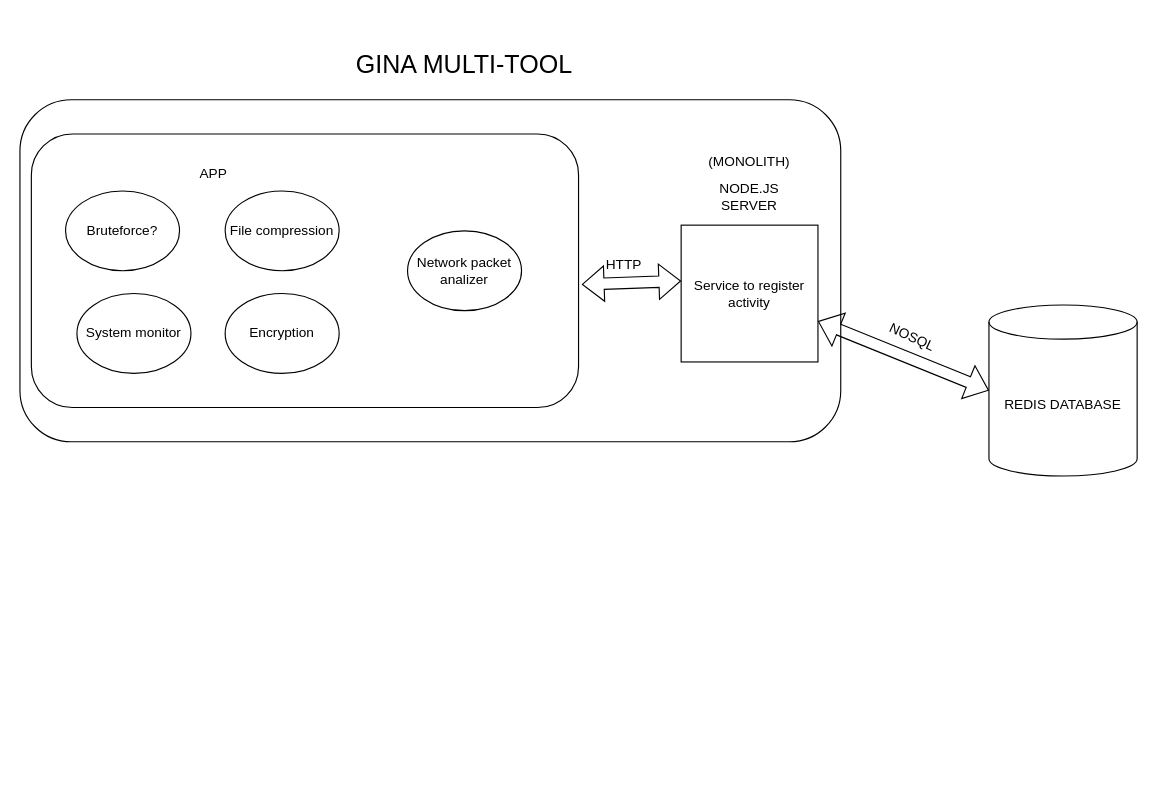
Before: Untitled Diagram.drawio in vAndrewKarma/GINA-multi-tool, a draw.io diagram. Source tidied: cells renumbered, new cells numbered last; positions are measured from the earlier drawing's top-left corner, leaving out a move shared by most shapes. Both pictures are drawn from the tidied source at 114%, with x=0, y=0 at pixel (19, 19).
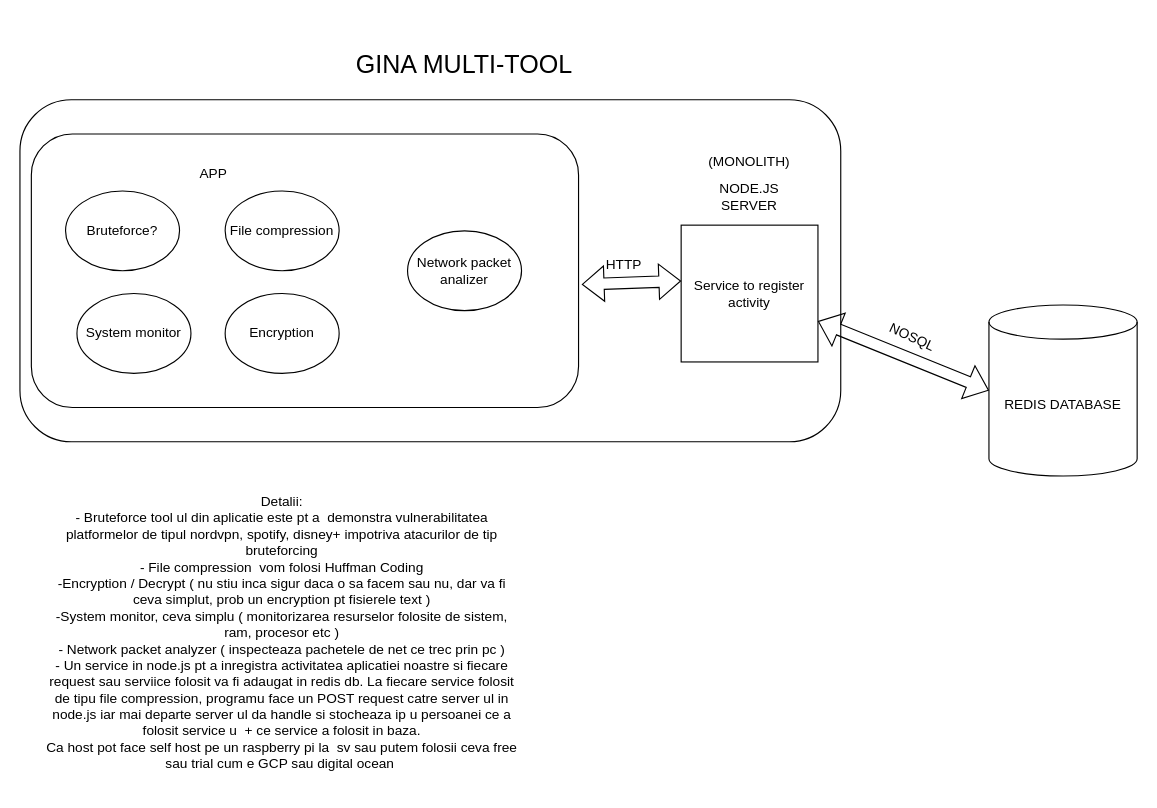
The same page after the edit.

What changed in the source:
```diff
@@
 <mxGraphModel>
   <root>
     <mxCell id="0" />
     <mxCell id="1" parent="0" />
     <mxCell id="2" style="rounded=1;whiteSpace=wrap;html=1;" parent="1" vertex="1">
       <mxGeometry y="70" width="720" height="300" as="geometry" />
     </mxCell>
     <mxCell id="3" value="&lt;font style=&quot;font-size: 22px;&quot;&gt;GINA MULTI-TOOL&lt;/font&gt;" style="text;html=1;align=center;verticalAlign=middle;whiteSpace=wrap;rounded=0;" parent="1" vertex="1">
       <mxGeometry x="250" width="280" height="80" as="geometry" />
     </mxCell>
     <mxCell id="4" style="rounded=1;whiteSpace=wrap;html=1;" parent="1" vertex="1">
       <mxGeometry x="10" y="100" width="480" height="240" as="geometry" />
     </mxCell>
     <mxCell id="5" value="APP" style="text;html=1;align=center;verticalAlign=middle;whiteSpace=wrap;rounded=0;" parent="1" vertex="1">
       <mxGeometry x="140" y="120" width="60" height="30" as="geometry" />
     </mxCell>
     <mxCell id="6" value="Bruteforce?" style="ellipse;whiteSpace=wrap;html=1;" parent="1" vertex="1">
       <mxGeometry x="40" y="150" width="100" height="70" as="geometry" />
     </mxCell>
     <mxCell id="7" value="File compression" style="ellipse;whiteSpace=wrap;html=1;" parent="1" vertex="1">
       <mxGeometry x="180" y="150" width="100" height="70" as="geometry" />
     </mxCell>
     <mxCell id="8" value="System monitor" style="ellipse;whiteSpace=wrap;html=1;" parent="1" vertex="1">
       <mxGeometry x="50" y="240" width="100" height="70" as="geometry" />
     </mxCell>
     <mxCell id="9" value="Encryption" style="ellipse;whiteSpace=wrap;html=1;" parent="1" vertex="1">
       <mxGeometry x="180" y="240" width="100" height="70" as="geometry" />
     </mxCell>
     <mxCell id="10" value="Network packet analizer" style="ellipse;whiteSpace=wrap;html=1;" parent="1" vertex="1">
       <mxGeometry x="340" y="185" width="100" height="70" as="geometry" />
     </mxCell>
     <mxCell id="11" value="Service to register activity" style="whiteSpace=wrap;html=1;" parent="1" vertex="1">
       <mxGeometry x="580" y="180" width="120" height="120" as="geometry" />
     </mxCell>
     <mxCell id="12" style="shape=flexArrow;endArrow=classic;startArrow=classic;html=1;rounded=0;entryX=0;entryY=0.408;entryDx=0;entryDy=0;entryPerimeter=0;exitX=1.006;exitY=0.55;exitDx=0;exitDy=0;exitPerimeter=0;" parent="1" edge="1" source="4" target="11">
       <mxGeometry relative="1" as="geometry" />
     </mxCell>
     <mxCell id="13" value="HTTP" style="text;html=1;align=center;verticalAlign=middle;whiteSpace=wrap;rounded=0;" parent="1" vertex="1">
       <mxGeometry x="500" y="200" width="60" height="30" as="geometry" />
     </mxCell>
     <mxCell id="14" value="NODE.JS SERVER" style="text;html=1;align=center;verticalAlign=middle;whiteSpace=wrap;rounded=0;" parent="1" vertex="1">
       <mxGeometry x="600" y="125" width="80" height="60" as="geometry" />
     </mxCell>
     <mxCell id="15" value="REDIS DATABASE" style="shape=cylinder3;whiteSpace=wrap;html=1;boundedLbl=1;backgroundOutline=1;size=15;" parent="1" vertex="1">
       <mxGeometry x="850" y="250" width="130" height="150" as="geometry" />
     </mxCell>
     <mxCell id="16" style="shape=flexArrow;endArrow=classic;startArrow=classic;html=1;rounded=0;entryX=0;entryY=0.5;entryDx=0;entryDy=0;entryPerimeter=0;" parent="1" edge="1" source="11" target="15">
       <mxGeometry relative="1" as="geometry" />
     </mxCell>
     <mxCell id="17" value="NOSQL&lt;div&gt;&lt;br&gt;&lt;/div&gt;" style="text;html=1;align=center;verticalAlign=middle;whiteSpace=wrap;rounded=0;rotation=25;" parent="1" vertex="1">
       <mxGeometry x="750" y="270" width="60" height="30" as="geometry" />
     </mxCell>
     <mxCell id="18" value="(MONOLITH)" style="text;html=1;align=center;verticalAlign=middle;whiteSpace=wrap;rounded=0;" parent="1" vertex="1">
       <mxGeometry x="590" y="110" width="100" height="30" as="geometry" />
     </mxCell>
+    <mxCell id="19" value="Detalii:&lt;div&gt;- Bruteforce tool ul din aplicatie este pt a&amp;nbsp; demonstra vulnerabilitatea platformelor de tipul nordvpn, spotify, disney+ impotriva atacurilor de tip bruteforcing&lt;/div&gt;&lt;div&gt;- File compression&amp;nbsp; vom folosi Huffman Coding&lt;/div&gt;&lt;div&gt;-Encryption / Decrypt ( nu stiu inca sigur daca o sa facem sau nu, dar va fi ceva simplut, prob un encryption pt fisierele text )&lt;/div&gt;&lt;div&gt;-System monitor, ceva simplu ( monitorizarea resurselor folosite de sistem, ram, procesor etc )&lt;/div&gt;&lt;div&gt;- Network packet analyzer ( inspecteaza pachetele de net ce trec prin pc )&lt;/div&gt;&lt;div&gt;- Un service in node.js pt a inregistra activitatea aplicatiei noastre si fiecare request sau serviice folosit va fi adaugat in redis db. La fiecare service folosit de tipu file compression, programu face un POST request catre server ul in node.js iar mai departe server ul da handle si stocheaza ip u persoanei ce a folosit service u&amp;nbsp; + ce service a folosit in baza.&lt;/div&gt;&lt;div&gt;Ca host pot face self host pe un raspberry pi la&amp;nbsp; sv sau putem folosii ceva free sau trial cum e GCP sau digital ocean&amp;nbsp;&lt;/div&gt;&lt;div&gt;&lt;br&gt;&lt;/div&gt;" style="text;html=1;align=center;verticalAlign=middle;whiteSpace=wrap;rounded=0;" parent="1" vertex="1">
+      <mxGeometry x="20" y="430" width="420" height="230" as="geometry" />
+    </mxCell>
   </root>
 </mxGraphModel>
```
